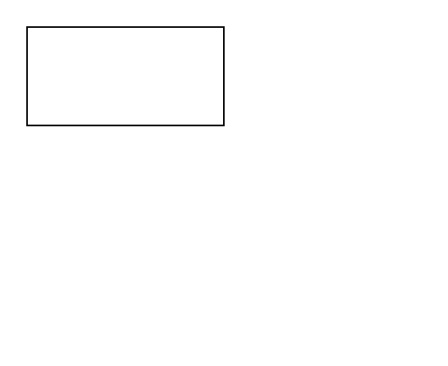
This is PowerHCM.drawio from triconlabs/Documentation, a draw.io file, before an edit. Source tidied: cells renumbered, new cells numbered last; positions are measured from the earlier drawing's top-left corner, leaving out a move shared by most shapes. Both pictures are drawn from the tidied source at 164%, with x=0, y=0 at pixel (26, 26).
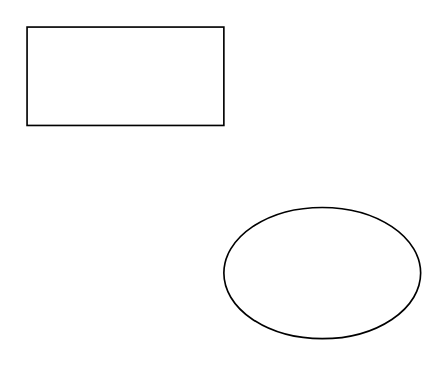
Above is the later version.

Change to the diagram source:
```diff
@@
 <mxGraphModel>
   <root>
     <mxCell id="0" />
     <mxCell id="1" parent="0" />
     <mxCell id="2" style="rounded=0;whiteSpace=wrap;html=1;" parent="1" vertex="1">
       <mxGeometry width="120" height="60" as="geometry" />
     </mxCell>
+    <mxCell id="3" style="ellipse;whiteSpace=wrap;html=1;" parent="1" vertex="1">
+      <mxGeometry x="120" y="110" width="120" height="80" as="geometry" />
+    </mxCell>
   </root>
 </mxGraphModel>
```
